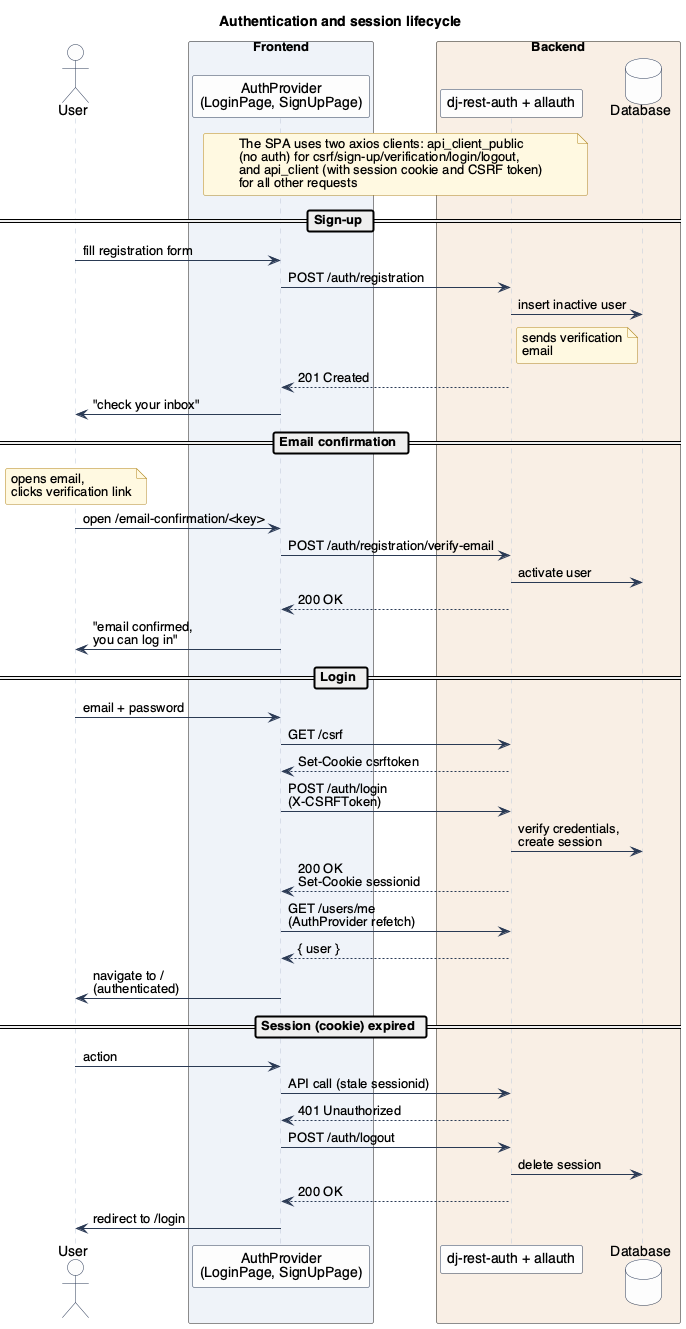
Earlier version of the PlantUML export text/diagrams/AuthFlow.png (ddrddrr/musikk).
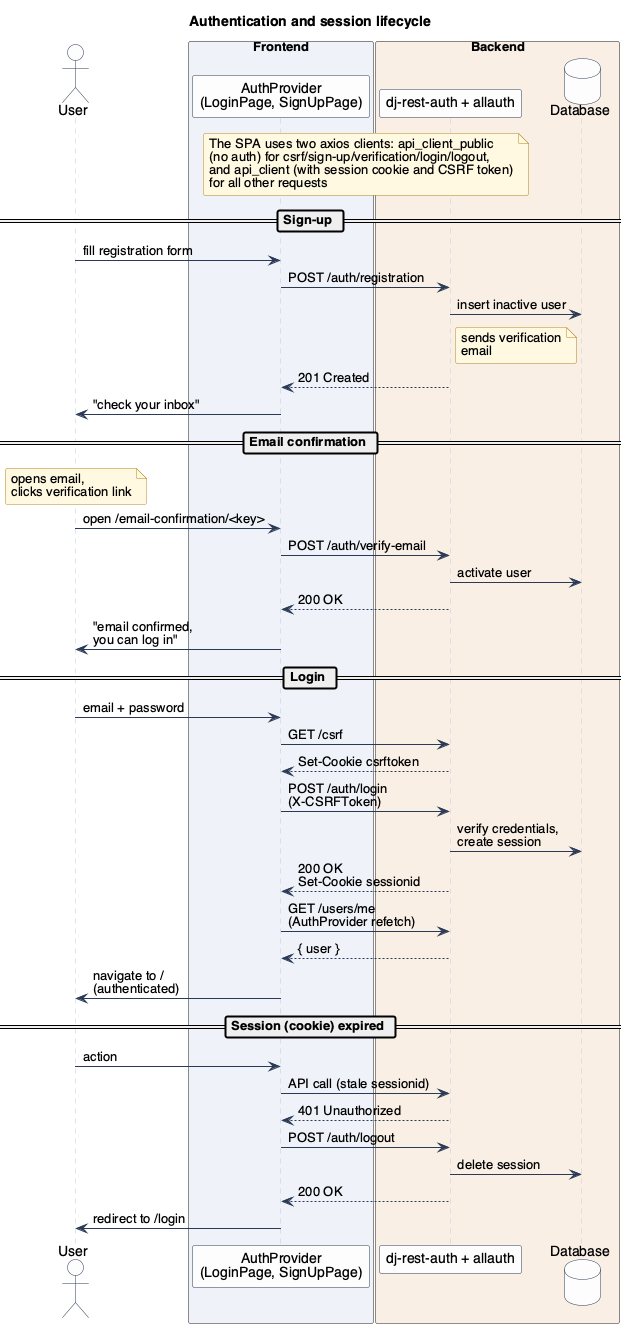
Above is the later version.

What changed in the source:
```diff
@@ -33,7 +33,7 @@
 == Email confirmation ==
 note over user : opens email,\nclicks verification link
 user -> frontend : open /email-confirmation/<key>
-frontend -> backend : POST /auth/registration/verify-email
+frontend -> backend : POST /auth/verify-email
 backend -> database : activate user
 backend --> frontend : 200 OK
 frontend -> user : "email confirmed,\nyou can log in"
```
